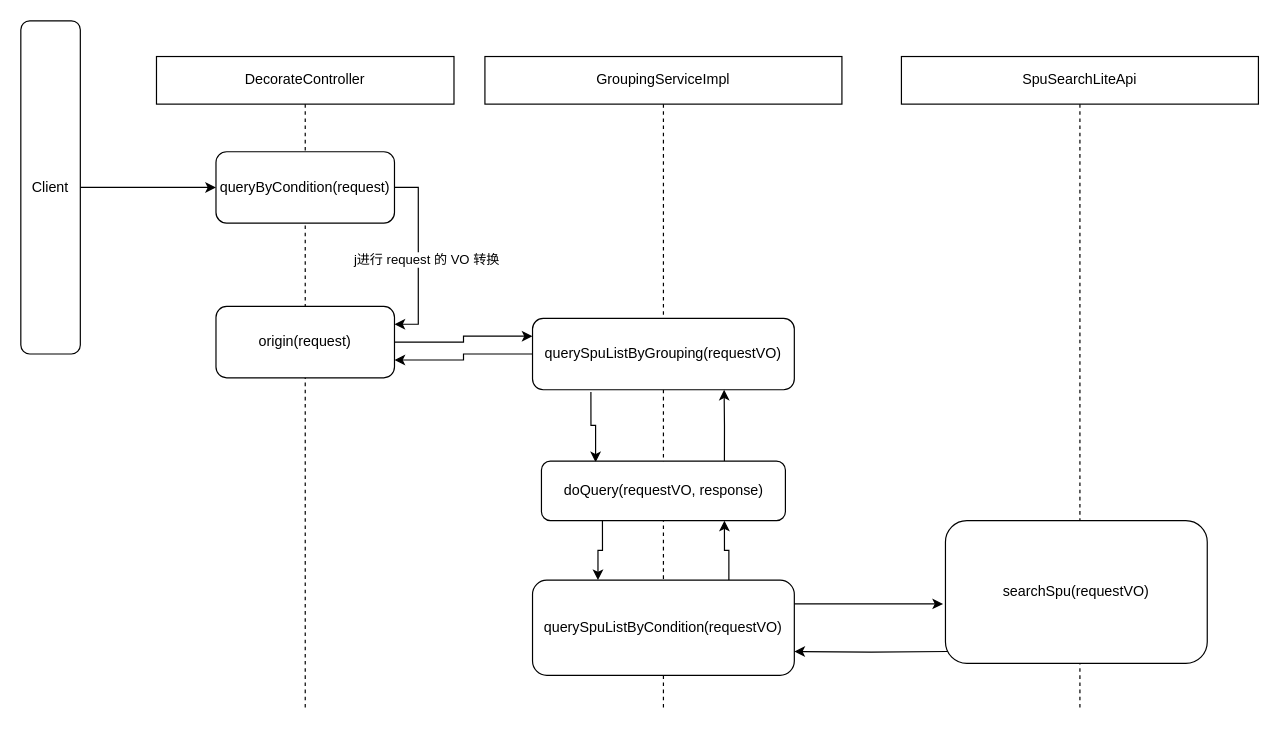
Above: api/v1/sams/goods-lite-portal/decoration/queryByCondition.drawio in xiehaixin/diagram-images (draw.io), before the change. Source tidied: cells renumbered, new cells numbered last; positions are measured from the earlier drawing's top-left corner, leaving out a move shared by most shapes. Both pictures are drawn from the tidied source at 119%, with x=0, y=0 at pixel (20, 20).
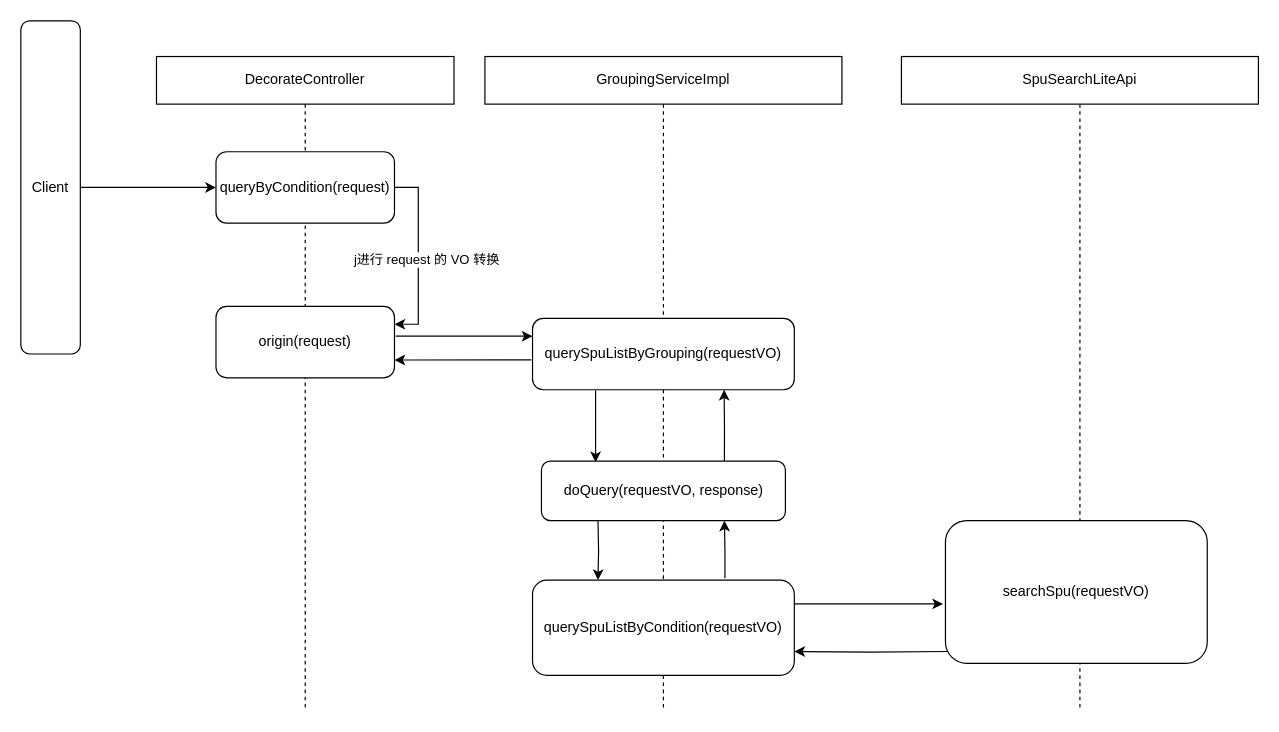
The same diagram, later.

Unchanged cells that the change refers to:
```xml
<mxCell id="6" value="origin(request)" style="rounded=1;whiteSpace=wrap;html=1;" parent="2" vertex="1">
  <mxGeometry x="50" y="210" width="150" height="60" as="geometry" />
</mxCell>
<mxCell id="9" value="GroupingServiceImpl" style="shape=umlLifeline;perimeter=lifelinePerimeter;whiteSpace=wrap;html=1;" parent="1" vertex="1">
  <mxGeometry x="390" y="30" width="300" height="550" as="geometry" />
</mxCell>
<mxCell id="11" value="querySpuListByGrouping(requestVO)" style="rounded=1;whiteSpace=wrap;html=1;" parent="9" vertex="1">
  <mxGeometry x="40" y="220" width="220" height="60" as="geometry" />
</mxCell>
<mxCell id="14" value="doQuery(requestVO, response)" style="rounded=1;whiteSpace=wrap;html=1;" parent="9" vertex="1">
  <mxGeometry x="47.5" y="340" width="205" height="50" as="geometry" />
</mxCell>
<mxCell id="16" value="querySpuListByCondition(requestVO)" style="rounded=1;whiteSpace=wrap;html=1;" parent="9" vertex="1">
  <mxGeometry x="40" y="440" width="220" height="80" as="geometry" />
</mxCell>
```

The edit, as a diff of the source:
```diff
@@
-    <mxCell id="10" style="edgeStyle=orthogonalEdgeStyle;rounded=0;jettySize=auto;html=1;exitX=0.223;exitY=1.033;exitDx=0;exitDy=0;entryX=0.222;entryY=0.02;entryDx=0;entryDy=0;entryPerimeter=0;exitPerimeter=0;" parent="9" edge="1" source="11" target="14">
+    <mxCell id="10" style="edgeStyle=orthogonalEdgeStyle;rounded=0;jettySize=auto;html=1;exitX=0.241;exitY=1.011;exitDx=0;exitDy=0;entryX=0.222;entryY=0.02;entryDx=0;entryDy=0;entryPerimeter=0;exitPerimeter=0;" parent="9" edge="1" source="11" target="14">
       <mxGeometry relative="1" as="geometry" />
     </mxCell>
@@
-    <mxCell id="13" style="edgeStyle=orthogonalEdgeStyle;rounded=0;jettySize=auto;html=1;exitX=0.25;exitY=1;exitDx=0;exitDy=0;entryX=0.25;entryY=0;entryDx=0;entryDy=0;" parent="9" edge="1" source="14" target="16">
-      <mxGeometry relative="1" as="geometry" />
+    <mxCell id="13" style="edgeStyle=orthogonalEdgeStyle;rounded=0;jettySize=auto;html=1;entryX=0.25;entryY=0;entryDx=0;entryDy=0;" parent="9" edge="1" target="16">
+      <mxGeometry relative="1" as="geometry">
+        <mxPoint x="95" y="390" as="sourcePoint" />
+      </mxGeometry>
     </mxCell>
@@
-    <mxCell id="15" style="edgeStyle=orthogonalEdgeStyle;rounded=0;jettySize=auto;html=1;exitX=0.75;exitY=0;exitDx=0;exitDy=0;entryX=0.75;entryY=1;entryDx=0;entryDy=0;" parent="9" edge="1" source="16" target="14">
+    <mxCell id="15" style="edgeStyle=orthogonalEdgeStyle;rounded=0;jettySize=auto;html=1;exitX=0.735;exitY=-0.02;exitDx=0;exitDy=0;entryX=0.75;entryY=1;entryDx=0;entryDy=0;exitPerimeter=0;" parent="9" edge="1" source="16" target="14">
       <mxGeometry relative="1" as="geometry" />
     </mxCell>
@@
-    <mxCell id="17" style="edgeStyle=orthogonalEdgeStyle;rounded=0;jettySize=auto;html=1;exitX=1;exitY=0.5;exitDx=0;exitDy=0;entryX=0;entryY=0.25;entryDx=0;entryDy=0;" parent="1" edge="1" source="6" target="11">
+    <mxCell id="17" style="edgeStyle=orthogonalEdgeStyle;rounded=0;jettySize=auto;html=1;exitX=1.007;exitY=0.417;exitDx=0;exitDy=0;entryX=0;entryY=0.25;entryDx=0;entryDy=0;exitPerimeter=0;" parent="1" edge="1" source="6" target="11">
       <mxGeometry relative="1" as="geometry" />
     </mxCell>
-    <mxCell id="18" style="edgeStyle=orthogonalEdgeStyle;rounded=0;jettySize=auto;html=1;entryX=1;entryY=0.75;entryDx=0;entryDy=0;exitX=0;exitY=0.5;exitDx=0;exitDy=0;" parent="1" edge="1" source="11" target="6">
+    <mxCell id="18" style="edgeStyle=orthogonalEdgeStyle;rounded=0;jettySize=auto;html=1;entryX=1;entryY=0.75;entryDx=0;entryDy=0;exitX=-0.005;exitY=0.583;exitDx=0;exitDy=0;exitPerimeter=0;" parent="1" edge="1" source="11" target="6">
       <mxGeometry relative="1" as="geometry" />
     </mxCell>
```
